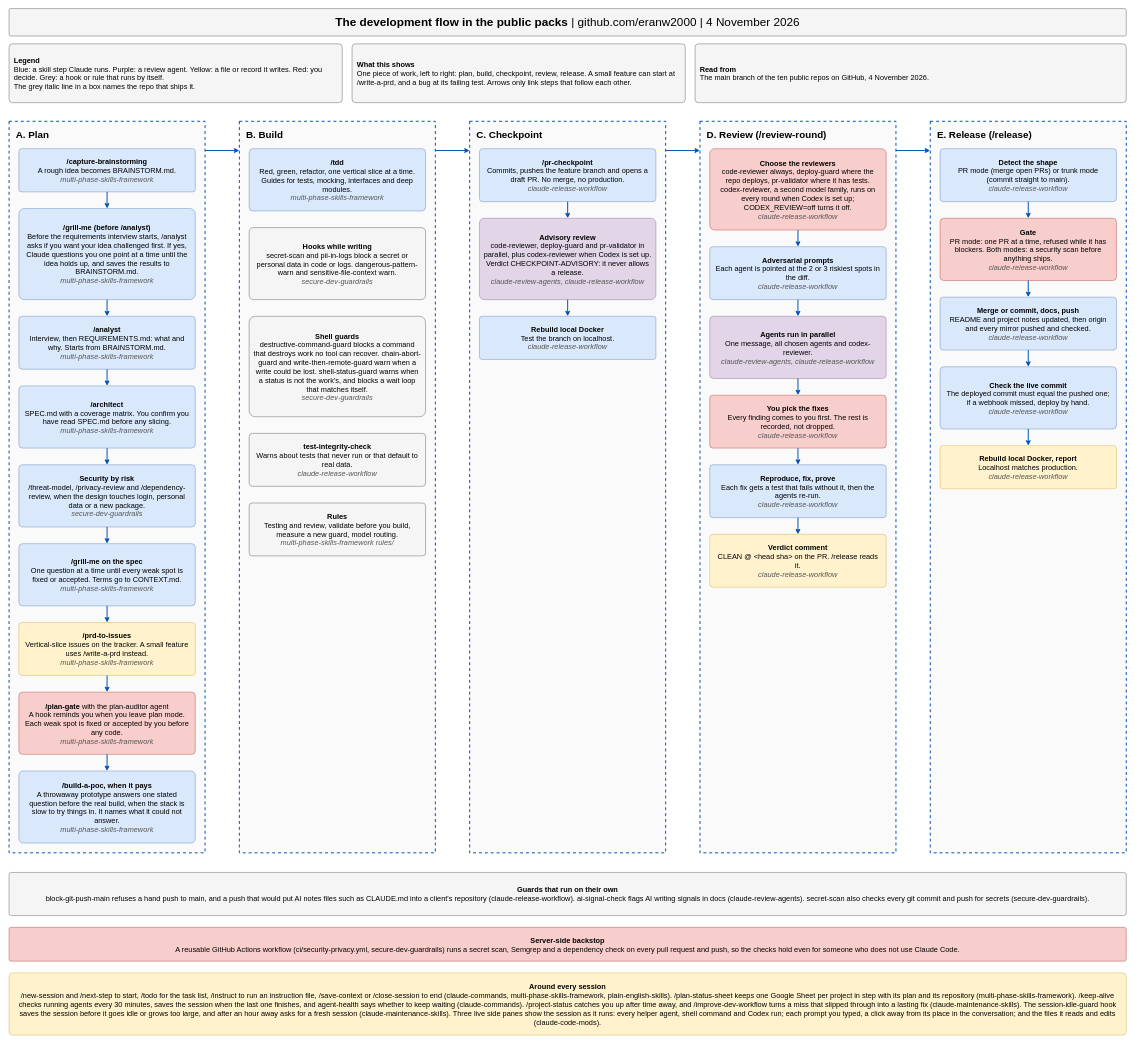
The draw.io diagram docs/development-flow.drawio in eranw2000/eranw2000, before the edit. Source tidied: cells renumbered, new cells numbered last; positions are measured from the earlier drawing's top-left corner, leaving out a move shared by most shapes. Both pictures are drawn from the tidied source at 49%, with x=0, y=0 at pixel (9, 8).
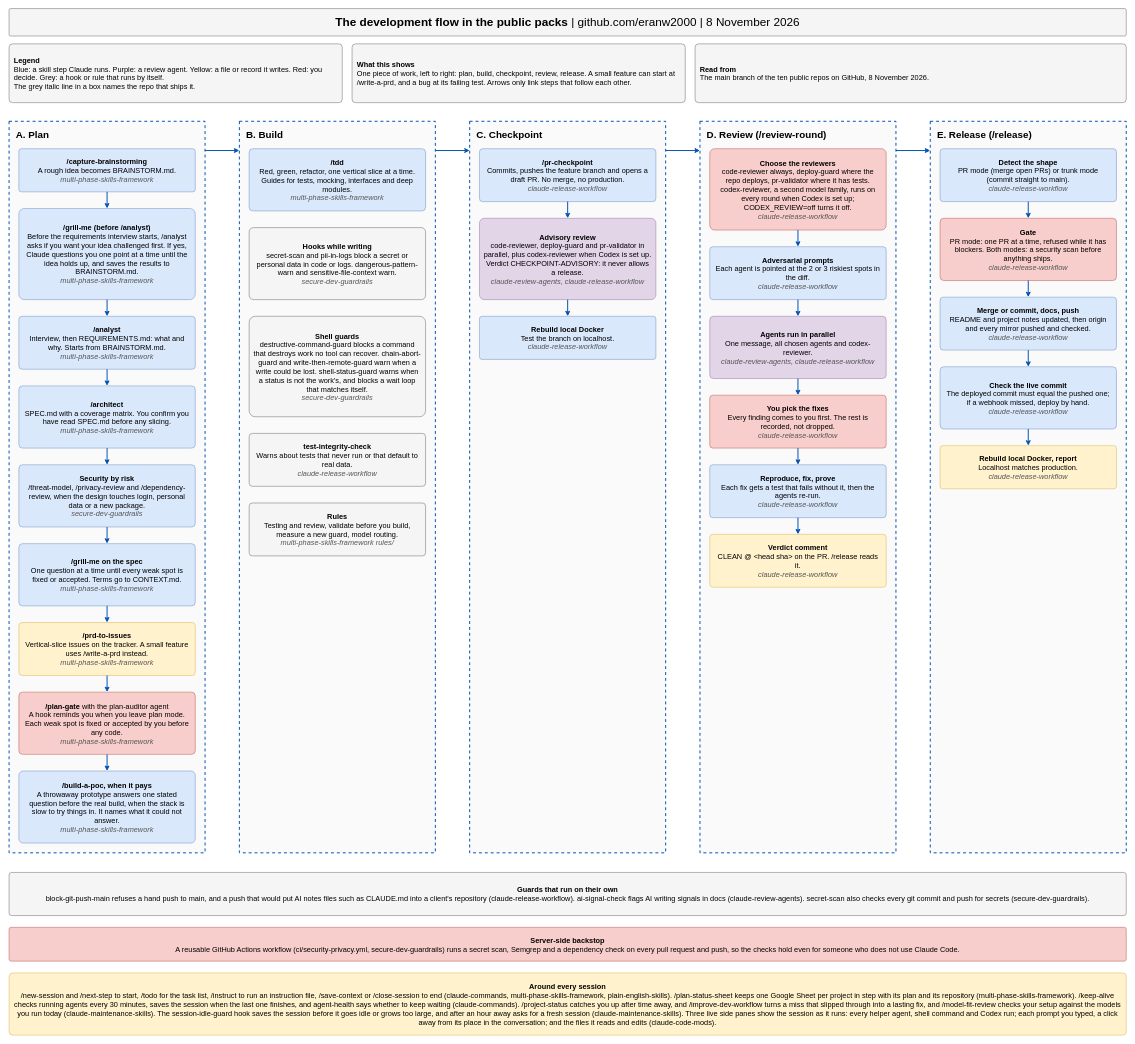
Above is the later version.

Commit message (it also covers changes not shown here):
Flow diagram and README name model-fit-review

What changed in the source:
```diff
@@
-    <mxCell id="2" value="&lt;b&gt;The development flow in the public packs&lt;/b&gt;  |  github.com/eranw2000  |  4 November 2026" style="rounded=1;arcSize=6;whiteSpace=wrap;html=1;fillColor=#f5f5f5;strokeColor=#666666;fontSize=24;fontFamily=Helvetica;spacing=10;align=center;verticalAlign=middle;" parent="1" vertex="1">
+    <mxCell id="2" value="&lt;b&gt;The development flow in the public packs&lt;/b&gt;  |  github.com/eranw2000  |  8 November 2026" style="rounded=1;arcSize=6;whiteSpace=wrap;html=1;fillColor=#f5f5f5;strokeColor=#666666;fontSize=24;fontFamily=Helvetica;spacing=10;align=center;verticalAlign=middle;" parent="1" vertex="1">
       <mxGeometry width="2280" height="56" as="geometry" />
     </mxCell>
@@
-    <mxCell id="5" value="&lt;b&gt;Read from&lt;/b&gt;&lt;br&gt;The main branch of the ten public repos on GitHub, 4 November 2026." style="rounded=1;arcSize=6;whiteSpace=wrap;html=1;fillColor=#f5f5f5;strokeColor=#666666;fontSize=15;fontFamily=Helvetica;spacing=10;align=left;verticalAlign=middle;" parent="1" vertex="1">
+    <mxCell id="5" value="&lt;b&gt;Read from&lt;/b&gt;&lt;br&gt;The main branch of the ten public repos on GitHub, 8 November 2026." style="rounded=1;arcSize=6;whiteSpace=wrap;html=1;fillColor=#f5f5f5;strokeColor=#666666;fontSize=15;fontFamily=Helvetica;spacing=10;align=left;verticalAlign=middle;" parent="1" vertex="1">
       <mxGeometry x="1400" y="72" width="880" height="120" as="geometry" />
     </mxCell>
@@
-    <mxCell id="64" value="&lt;b&gt;Around every session&lt;/b&gt;&lt;br&gt;/new-session and /next-step to start, /todo for the task list, /instruct to run an instruction file, /save-context or /close-session to end (claude-commands, multi-phase-skills-framework, plain-english-skills). /plan-status-sheet keeps one Google Sheet per project in step with its plan and its repository (multi-phase-skills-framework). /keep-alive checks running agents every 30 minutes, saves the session when the last one finishes, and agent-health says whether to keep waiting (claude-commands). /project-status catches you up after time away, and /improve-dev-workflow turns a miss that slipped through into a lasting fix (claude-maintenance-skills). The session-idle-guard hook saves the session before it goes idle or grows too large, and after an hour away asks for a fresh session (claude-maintenance-skills). Three live side panes show the session as it runs: every helper agent, shell command and Codex run; each prompt you typed, a click away from its place in the conversation; and the files it reads and edits (claude-code-mods)." style="rounded=1;arcSize=6;whiteSpace=wrap;html=1;fillColor=#fff2cc;strokeColor=#d6b656;fontSize=15;fontFamily=Helvetica;spacing=10;align=center;verticalAlign=middle;" parent="1" vertex="1">
+    <mxCell id="64" value="&lt;b&gt;Around every session&lt;/b&gt;&lt;br&gt;/new-session and /next-step to start, /todo for the task list, /instruct to run an instruction file, /save-context or /close-session to end (claude-commands, multi-phase-skills-framework, plain-english-skills). /plan-status-sheet keeps one Google Sheet per project in step with its plan and its repository (multi-phase-skills-framework). /keep-alive checks running agents every 30 minutes, saves the session when the last one finishes, and agent-health says whether to keep waiting (claude-commands). /project-status catches you up after time away, and /improve-dev-workflow turns a miss that slipped through into a lasting fix, and /model-fit-review checks your setup against the models you run today (claude-maintenance-skills). The session-idle-guard hook saves the session before it goes idle or grows too large, and after an hour away asks for a fresh session (claude-maintenance-skills). Three live side panes show the session as it runs: every helper agent, shell command and Codex run; each prompt you typed, a click away from its place in the conversation; and the files it reads and edits (claude-code-mods)." style="rounded=1;arcSize=6;whiteSpace=wrap;html=1;fillColor=#fff2cc;strokeColor=#d6b656;fontSize=15;fontFamily=Helvetica;spacing=10;align=center;verticalAlign=middle;" parent="1" vertex="1">
       <mxGeometry y="1968" width="2280" height="127" as="geometry" />
     </mxCell>
```
